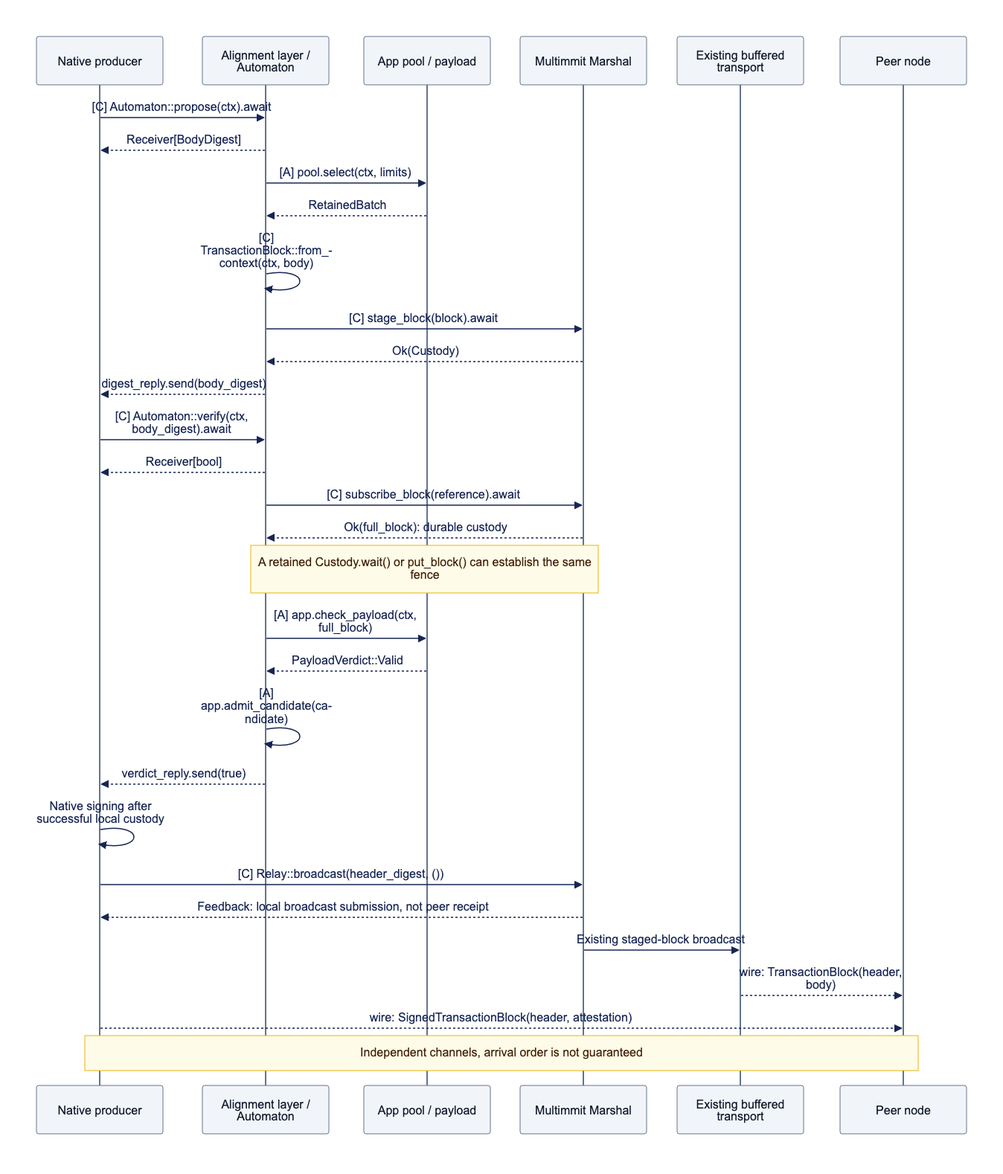
djm07073/baton keeps this Mermaid diagram as docs/assets/diagrams/diagram-04.png. Above is the earlier version. Its source is kept beside it as docs/assets/diagrams/diagram-04.mmd. The source it was exported from:
```mermaid
sequenceDiagram
    participant N as Native producer
    participant A as Alignment layer / Automaton
    participant P as App pool / payload
    participant M as Multimmit Marshal
    participant B as Existing buffered transport
    participant R as Peer node
    N->>A: [C] Automaton::propose(ctx).await
    A-->>N: Receiver[BodyDigest]
    A->>P: [A] pool.select(ctx, limits)
    P-->>A: RetainedBatch
    A->>A: [C] TransactionBlock::from_context(ctx, body)
    A->>M: [C] stage_block(block).await
    M-->>A: Ok(Custody)
    A-->>N: digest_reply.send(body_digest)
    N->>A: [C] Automaton::verify(ctx, body_digest).await
    A-->>N: Receiver[bool]
    A->>M: [C] subscribe_block(reference).await
    M-->>A: Ok(full_block): durable custody
    Note over A,M: A retained Custody.wait() or put_block() can establish the same fence
    A->>P: [A] app.check_payload(ctx, full_block)
    P-->>A: PayloadVerdict::Valid
    A->>A: [A] app.admit_candidate(candidate)
    A-->>N: verdict_reply.send(true)
    N->>N: Native signing after successful local custody
    N->>M: [C] Relay::broadcast(header_digest, ())
    M-->>N: Feedback: local broadcast submission, not peer receipt
    M->>B: Existing staged-block broadcast
    B-->>R: wire: TransactionBlock(header, body)
    N-->>R: wire: SignedTransactionBlock(header, attestation)
    Note over N,R: Independent channels, arrival order is not guaranteed
```
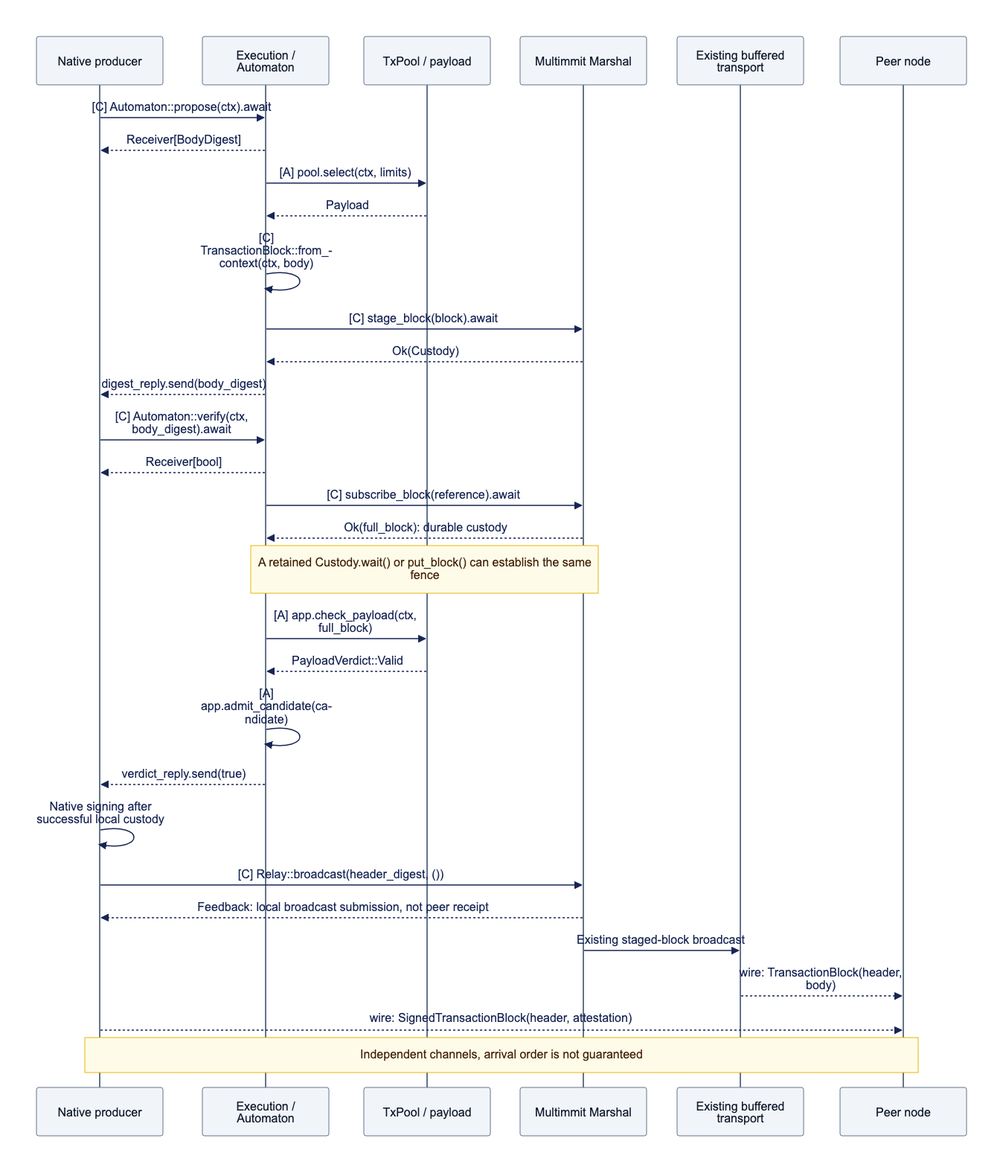
After the change.

What changed in the source:
```diff
@@ -1,14 +1,14 @@
 sequenceDiagram
     participant N as Native producer
-    participant A as Alignment layer / Automaton
-    participant P as App pool / payload
+    participant A as Execution / Automaton
+    participant P as TxPool / payload
     participant M as Multimmit Marshal
     participant B as Existing buffered transport
     participant R as Peer node
     N->>A: [C] Automaton::propose(ctx).await
     A-->>N: Receiver[BodyDigest]
     A->>P: [A] pool.select(ctx, limits)
-    P-->>A: RetainedBatch
+    P-->>A: Payload
     A->>A: [C] TransactionBlock::from_context(ctx, body)
     A->>M: [C] stage_block(block).await
     M-->>A: Ok(Custody)
```
